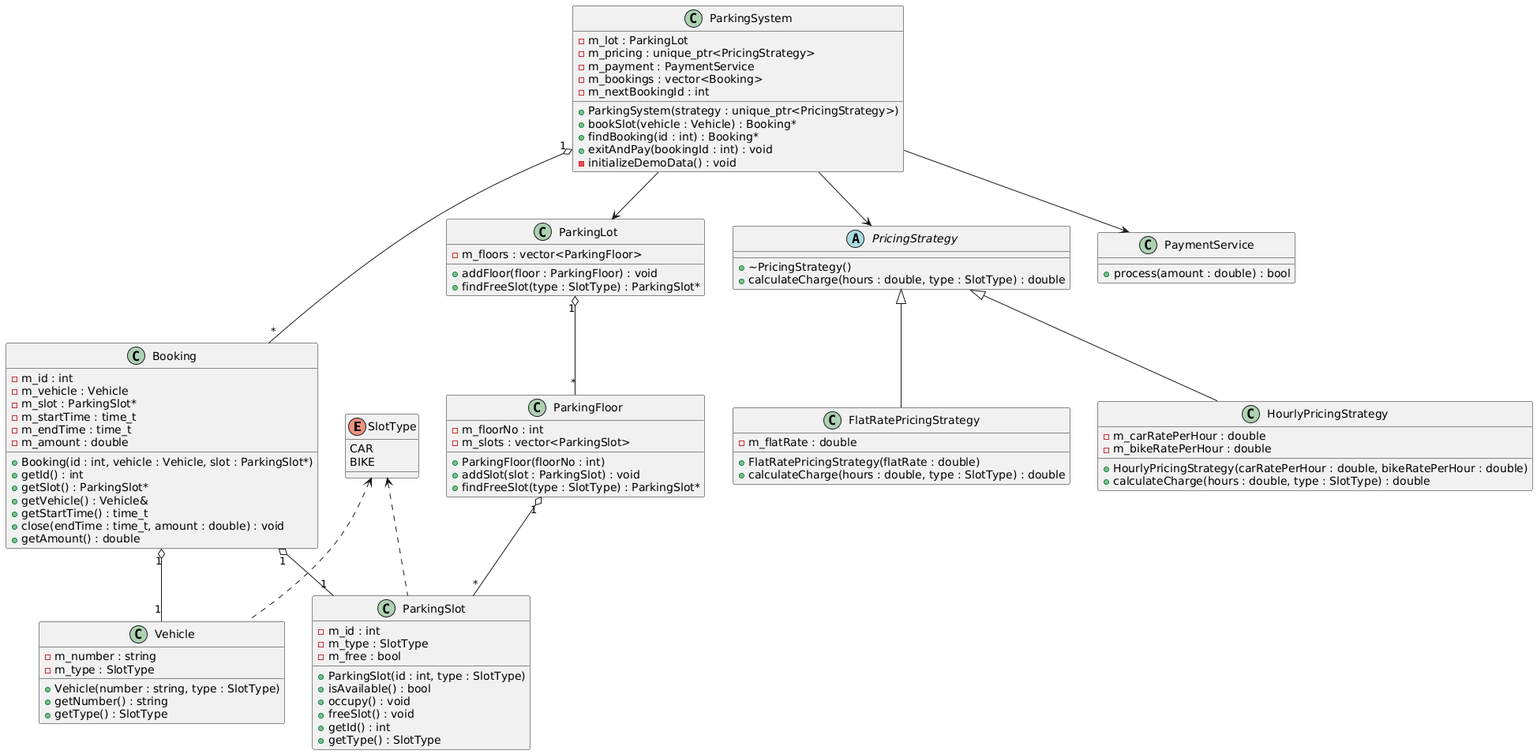
Amit6217/parking-system-design keeps this PlantUML diagram as diagrams/class-diagram.png. Above is the earlier version. The source it was exported from:
```plantuml
@startuml
enum SlotType {
  CAR
  BIKE
}

class Vehicle {
  - m_number : string
  - m_type : SlotType
  + Vehicle(number : string, type : SlotType)
  + getNumber() : string
  + getType() : SlotType
}

class ParkingSlot {
  - m_id : int
  - m_type : SlotType
  - m_free : bool
  + ParkingSlot(id : int, type : SlotType)
  + isAvailable() : bool
  + occupy() : void
  + freeSlot() : void
  + getId() : int
  + getType() : SlotType
}

class ParkingFloor {
  - m_floorNo : int
  - m_slots : vector<ParkingSlot>
  + ParkingFloor(floorNo : int)
  + addSlot(slot : ParkingSlot) : void
  + findFreeSlot(type : SlotType) : ParkingSlot*
}

class ParkingLot {
  - m_floors : vector<ParkingFloor>
  + addFloor(floor : ParkingFloor) : void
  + findFreeSlot(type : SlotType) : ParkingSlot*
}

abstract class PricingStrategy {
  + ~PricingStrategy()
  + calculateCharge(hours : double, type : SlotType) : double
}

class HourlyPricingStrategy {
  - m_carRatePerHour : double
  - m_bikeRatePerHour : double
  + HourlyPricingStrategy(carRatePerHour : double, bikeRatePerHour : double)
  + calculateCharge(hours : double, type : SlotType) : double
}

class FlatRatePricingStrategy {
  - m_flatRate : double
  + FlatRatePricingStrategy(flatRate : double)
  + calculateCharge(hours : double, type : SlotType) : double
}

class PaymentService {
  + process(amount : double) : bool
}

class Booking {
  - m_id : int
  - m_vehicle : Vehicle
  - m_slot : ParkingSlot*
  - m_startTime : time_t
  - m_endTime : time_t
  - m_amount : double
  + Booking(id : int, vehicle : Vehicle, slot : ParkingSlot*)
  + getId() : int
  + getSlot() : ParkingSlot*
  + getVehicle() : Vehicle&
  + getStartTime() : time_t
  + close(endTime : time_t, amount : double) : void
  + getAmount() : double
}

class ParkingSystem {
  - m_lot : ParkingLot
  - m_pricing : unique_ptr<PricingStrategy>
  - m_payment : PaymentService
  - m_bookings : vector<Booking>
  - m_nextBookingId : int
  + ParkingSystem(strategy : unique_ptr<PricingStrategy>)
  + bookSlot(vehicle : Vehicle) : Booking*
  + findBooking(id : int) : Booking*
  + exitAndPay(bookingId : int) : void
  - initializeDemoData() : void
}

SlotType <.. Vehicle
SlotType <.. ParkingSlot
ParkingFloor "1" o-- "*" ParkingSlot
ParkingLot "1" o-- "*" ParkingFloor
Booking "1" o-- "1" Vehicle
Booking "1" o-- "1" ParkingSlot
PricingStrategy <|-- HourlyPricingStrategy
PricingStrategy <|-- FlatRatePricingStrategy
ParkingSystem --> ParkingLot
ParkingSystem --> PricingStrategy
ParkingSystem --> PaymentService
ParkingSystem "1" o-- "*" Booking
@enduml
```
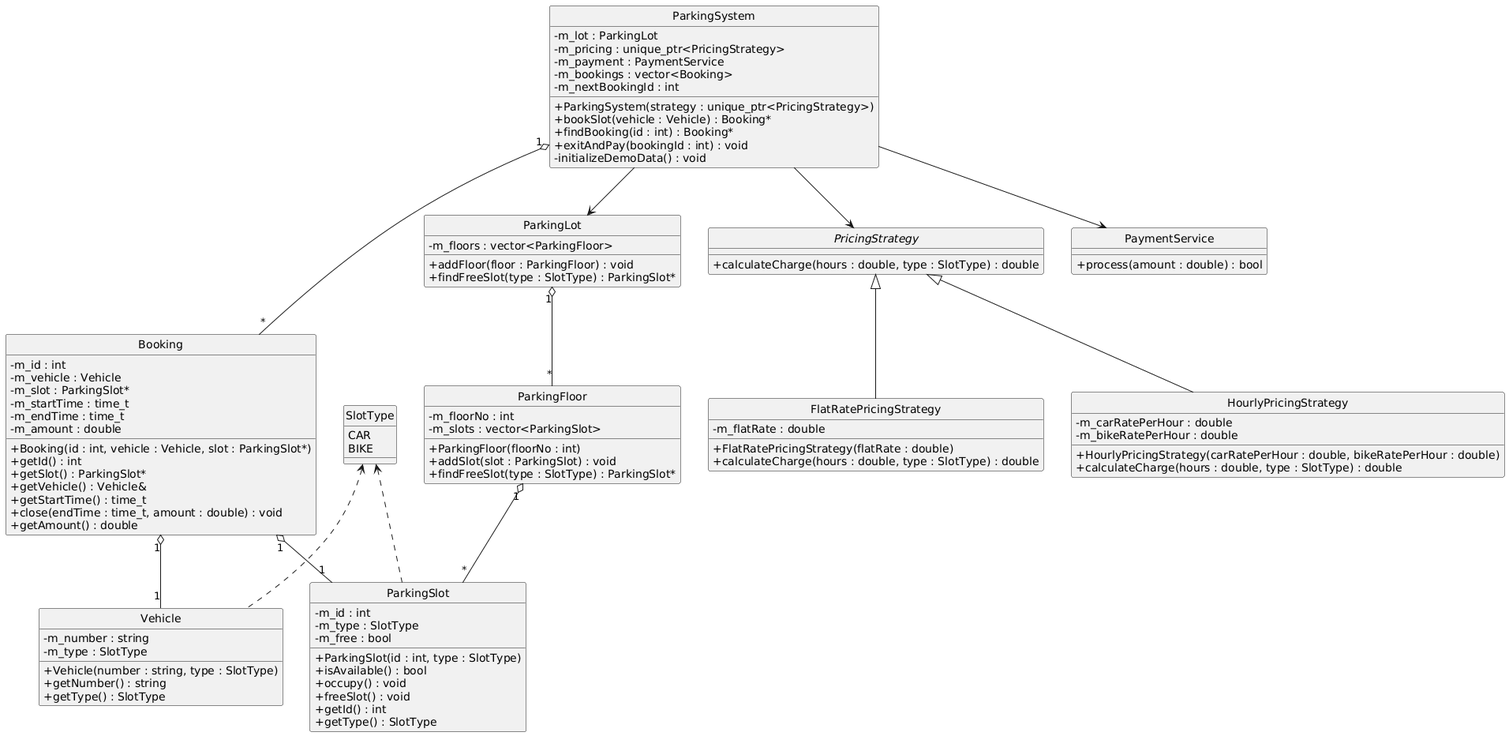
After the commit.

Change to the diagram source:
```diff
@@ -1,4 +1,8 @@
 @startuml
+hide stereotypes
+hide circle
+skinparam classAttributeIconSize 0
+
 enum SlotType {
   CAR
   BIKE
@@ -39,7 +43,6 @@
 }
 
 abstract class PricingStrategy {
-  + ~PricingStrategy()
   + calculateCharge(hours : double, type : SlotType) : double
 }
 
```
